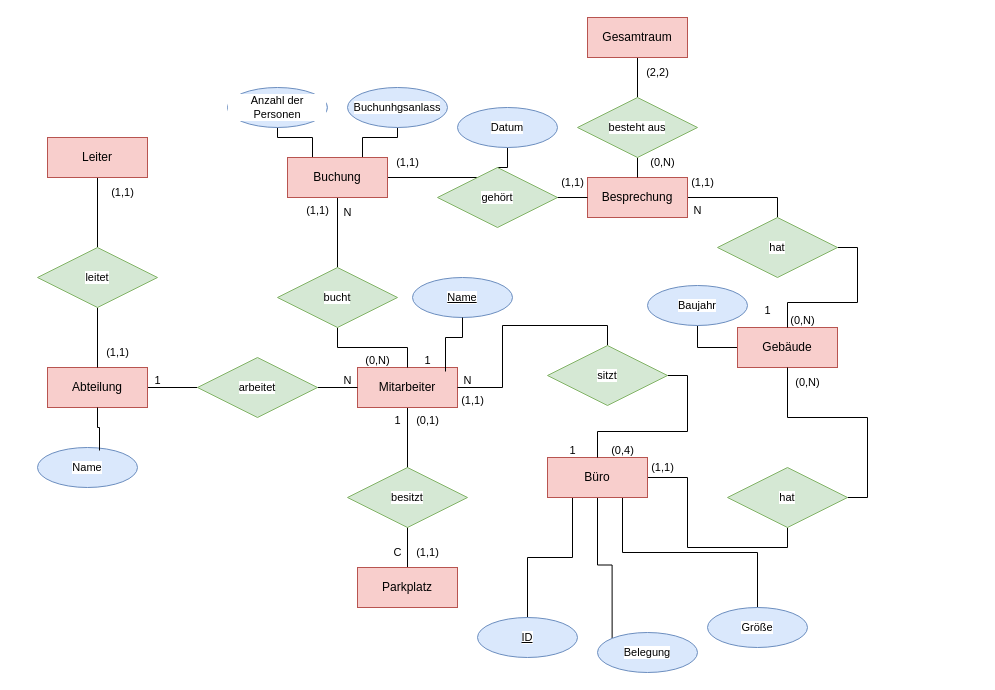
Before: Aufgabe4üb2.drawio in mesh98a/Datenbank, a draw.io diagram. Source tidied: cells renumbered, new cells numbered last; positions are measured from the earlier drawing's top-left corner, leaving out a move shared by most shapes. Both pictures are drawn from the tidied source at 100%, with x=0, y=0 at pixel (37, 17).
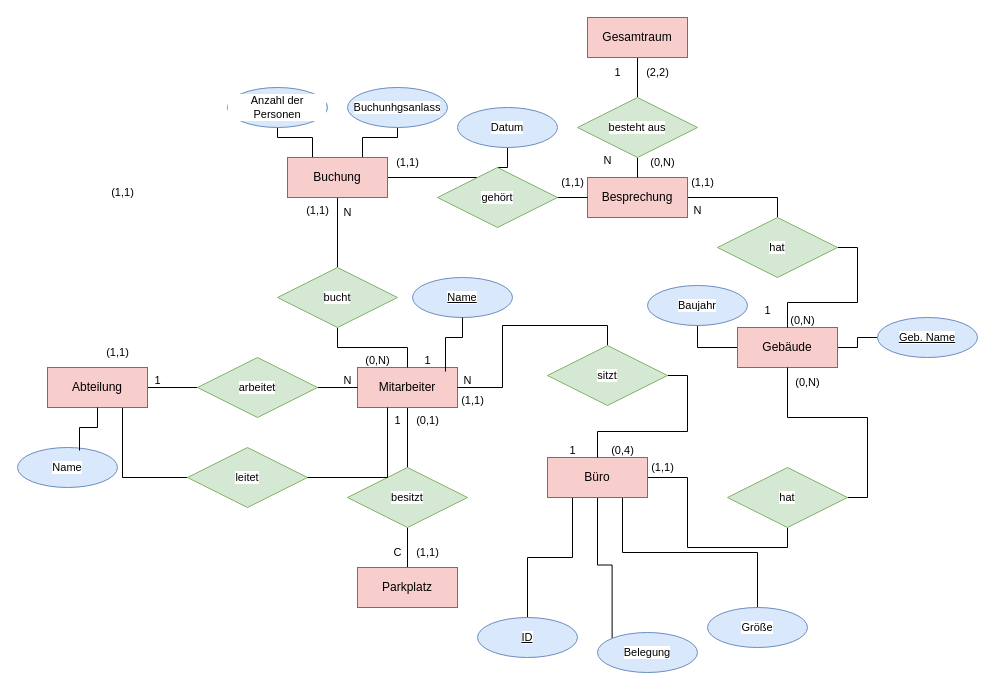
After the change.

Unchanged cells that the change refers to:
```xml
<mxCell id="5" value="Gebäude" style="whiteSpace=wrap;html=1;align=center;fillColor=#f8cecc;strokeColor=#b85450;" parent="1" vertex="1">
  <mxGeometry x="700" y="310" width="100" height="40" as="geometry" />
</mxCell>
<mxCell id="23" value="Abteilung" style="whiteSpace=wrap;html=1;align=center;fillColor=#f8cecc;strokeColor=#b85450;" parent="1" vertex="1">
  <mxGeometry x="10" y="350" width="100" height="40" as="geometry" />
</mxCell>
<mxCell id="56" value="1" style="text;html=1;align=center;verticalAlign=middle;points=[];strokeColor=none;fillColor=none;fontFamily=Helvetica;fontSize=11;fontColor=default;labelBackgroundColor=default;" parent="1" vertex="1">
  <mxGeometry x="345" y="388" width="30" height="30" as="geometry" />
</mxCell>
```

The edit, as a diff of the source:
```diff
@@
+    <mxCell id="80" style="edgeStyle=orthogonalEdgeStyle;rounded=0;jettySize=auto;html=1;exitX=1;exitY=0.5;exitDx=0;exitDy=0;strokeColor=default;align=center;verticalAlign=middle;fontFamily=Helvetica;fontSize=11;fontColor=default;labelBackgroundColor=default;endArrow=none;endFill=0;" parent="1" edge="1" source="5" target="81">
+      <mxGeometry relative="1" as="geometry" />
+    </mxCell>
@@
-    <mxCell id="22" style="edgeStyle=orthogonalEdgeStyle;rounded=0;jettySize=auto;html=1;exitX=0.5;exitY=0;exitDx=0;exitDy=0;entryX=0.5;entryY=1;entryDx=0;entryDy=0;strokeColor=default;align=center;verticalAlign=middle;fontFamily=Helvetica;fontSize=11;fontColor=default;labelBackgroundColor=default;endArrow=none;endFill=0;" parent="1" edge="1" source="36" target="24">
-      <mxGeometry relative="1" as="geometry" />
-    </mxCell>
+    <mxCell id="35" style="edgeStyle=orthogonalEdgeStyle;rounded=0;jettySize=auto;html=1;exitX=0.75;exitY=1;exitDx=0;exitDy=0;entryX=0;entryY=0.5;entryDx=0;entryDy=0;strokeColor=default;align=center;verticalAlign=middle;fontFamily=Helvetica;fontSize=11;fontColor=default;labelBackgroundColor=default;endArrow=none;endFill=0;" parent="1" edge="1" source="23" target="36">
+      <mxGeometry relative="1" as="geometry" />
+    </mxCell>
@@
-    <mxCell id="24" value="Leiter" style="whiteSpace=wrap;html=1;align=center;fillColor=#f8cecc;strokeColor=#b85450;" parent="1" vertex="1">
-      <mxGeometry x="10" y="120" width="100" height="40" as="geometry" />
-    </mxCell>
@@
-    <mxCell id="35" style="edgeStyle=orthogonalEdgeStyle;rounded=0;jettySize=auto;html=1;exitX=0.5;exitY=0;exitDx=0;exitDy=0;entryX=0.5;entryY=1;entryDx=0;entryDy=0;strokeColor=default;align=center;verticalAlign=middle;fontFamily=Helvetica;fontSize=11;fontColor=default;labelBackgroundColor=default;endArrow=none;endFill=0;" parent="1" edge="1" source="23" target="36">
-      <mxGeometry relative="1" as="geometry" />
-    </mxCell>
     <mxCell id="36" value="leitet" style="shape=rhombus;perimeter=rhombusPerimeter;whiteSpace=wrap;html=1;align=center;fontFamily=Helvetica;fontSize=11;labelBackgroundColor=default;fillColor=#d5e8d4;strokeColor=#82b366;" parent="1" vertex="1">
-      <mxGeometry y="230" width="120" height="60" as="geometry" />
+      <mxGeometry x="150" y="430" width="120" height="60" as="geometry" />
     </mxCell>
@@
     <mxCell id="47" value="Name" style="ellipse;whiteSpace=wrap;html=1;align=center;fontFamily=Helvetica;fontSize=11;labelBackgroundColor=default;fillColor=#dae8fc;strokeColor=#6c8ebf;" parent="1" vertex="1">
-      <mxGeometry y="430" width="100" height="40" as="geometry" />
+      <mxGeometry x="-20" y="430" width="100" height="40" as="geometry" />
     </mxCell>
@@
+    <mxCell id="81" value="&lt;u&gt;Geb. Name&lt;/u&gt;" style="ellipse;whiteSpace=wrap;html=1;align=center;fontFamily=Helvetica;fontSize=11;labelBackgroundColor=default;fillColor=#dae8fc;strokeColor=#6c8ebf;" parent="1" vertex="1">
+      <mxGeometry x="840" y="300" width="100" height="40" as="geometry" />
+    </mxCell>
+    <mxCell id="82" value="1" style="text;html=1;align=center;verticalAlign=middle;strokeColor=none;fillColor=none;fontFamily=Helvetica;fontSize=11;fontColor=default;labelBackgroundColor=default;" parent="1" vertex="1">
+      <mxGeometry x="565" y="40" width="30" height="30" as="geometry" />
+    </mxCell>
+    <mxCell id="83" value="N" style="text;html=1;align=center;verticalAlign=middle;strokeColor=none;fillColor=none;fontFamily=Helvetica;fontSize=11;fontColor=default;labelBackgroundColor=default;" parent="1" vertex="1">
+      <mxGeometry x="555" y="128" width="30" height="30" as="geometry" />
+    </mxCell>
+    <mxCell id="84" style="edgeStyle=orthogonalEdgeStyle;rounded=0;jettySize=auto;html=1;entryX=0.167;entryY=0.067;entryDx=0;entryDy=0;entryPerimeter=0;strokeColor=default;align=center;verticalAlign=middle;fontFamily=Helvetica;fontSize=11;fontColor=default;labelBackgroundColor=default;endArrow=none;endFill=0;" parent="1" edge="1" source="36" target="56">
+      <mxGeometry relative="1" as="geometry" />
+    </mxCell>
```
